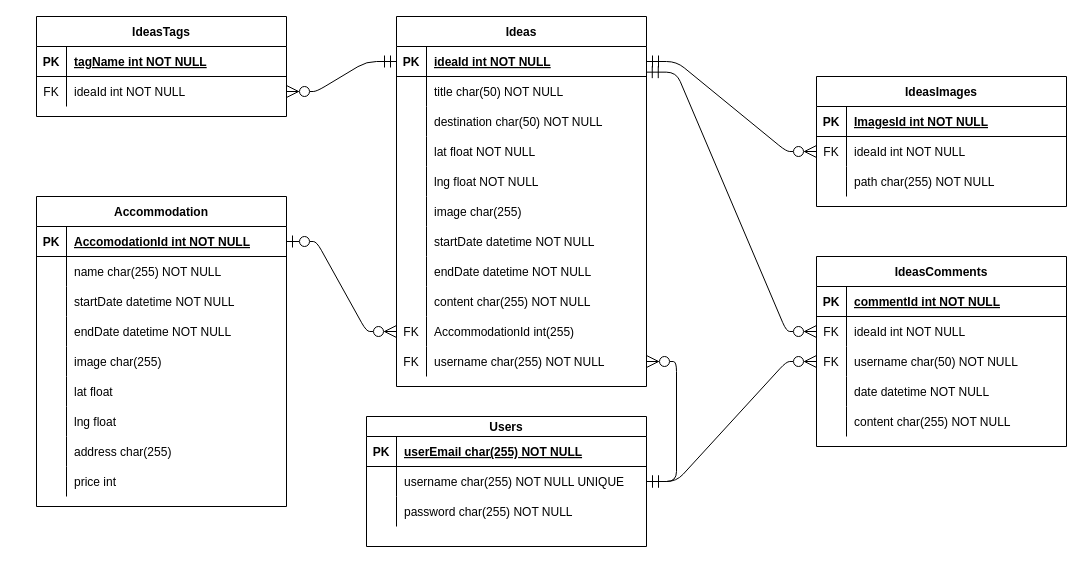
The draw.io diagram Docs/ER Diagram.drawio in Connie-byte/icom6034-project, before the edit. Source tidied: cells renumbered, new cells numbered last; positions are measured from the earlier drawing's top-left corner, leaving out a move shared by most shapes. Both pictures are drawn from the tidied source at 100%, with x=0, y=0 at pixel (36, 16).
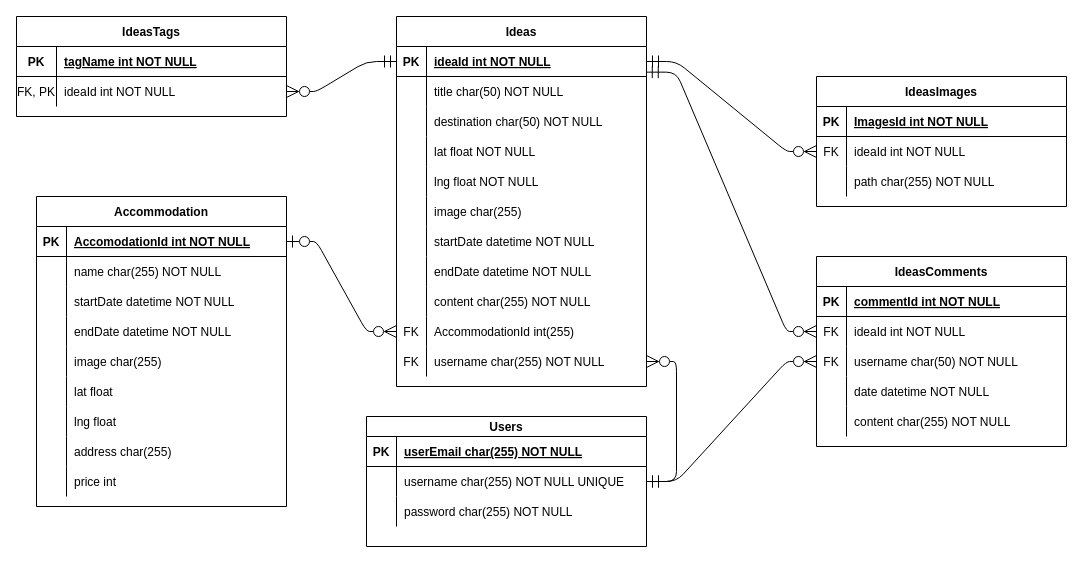
Above is the later version.

Diff of the diagram source:
```diff
@@
     <mxCell id="2" value="IdeasTags" style="shape=table;startSize=30;childLayout=tableLayout;rowLines=0;fontStyle=1;align=center;" parent="1" vertex="1">
-      <mxGeometry width="250" height="100" as="geometry" />
+      <mxGeometry x="-20" width="270" height="100" as="geometry" />
     </mxCell>
     <mxCell id="3" style="shape=partialRectangle;fillColor=none;top=0;left=0;right=0;bottom=1;" parent="2" vertex="1">
-      <mxGeometry y="30" width="250" height="30" as="geometry" />
+      <mxGeometry y="30" width="270" height="30" as="geometry" />
     </mxCell>
     <mxCell id="4" value="PK" style="shape=partialRectangle;overflow=hidden;fillColor=none;top=0;left=0;bottom=0;right=0;fontStyle=1;" parent="3" vertex="1">
-      <mxGeometry width="30" height="30" as="geometry" />
+      <mxGeometry width="40" height="30" as="geometry" />
     </mxCell>
     <mxCell id="5" value="tagName int NOT NULL " style="shape=partialRectangle;overflow=hidden;fillColor=none;top=0;left=0;bottom=0;right=0;align=left;spacingLeft=6;fontStyle=5;" parent="3" vertex="1">
-      <mxGeometry x="30" width="220" height="30" as="geometry" />
+      <mxGeometry x="40" width="230" height="30" as="geometry" />
     </mxCell>
     <mxCell id="6" style="shape=partialRectangle;fillColor=none;points=[[0,0.5],[1,0.5]];portConstraint=eastwest;top=0;left=0;right=0;bottom=0;" parent="2" vertex="1">
-      <mxGeometry y="60" width="250" height="30" as="geometry" />
+      <mxGeometry y="60" width="270" height="30" as="geometry" />
     </mxCell>
-    <mxCell id="7" value="FK" style="shape=partialRectangle;overflow=hidden;fillColor=none;top=0;left=0;bottom=0;right=0;" parent="6" vertex="1">
-      <mxGeometry width="30" height="30" as="geometry" />
+    <mxCell id="7" value="FK, PK" style="shape=partialRectangle;overflow=hidden;fillColor=none;top=0;left=0;bottom=0;right=0;" parent="6" vertex="1">
+      <mxGeometry width="40" height="30" as="geometry" />
     </mxCell>
     <mxCell id="8" value="ideaId int NOT NULL" style="shape=partialRectangle;overflow=hidden;fillColor=none;top=0;left=0;bottom=0;right=0;align=left;spacingLeft=6;" parent="6" vertex="1">
-      <mxGeometry x="30" width="220" height="30" as="geometry" />
+      <mxGeometry x="40" width="230" height="30" as="geometry" />
     </mxCell>
```
